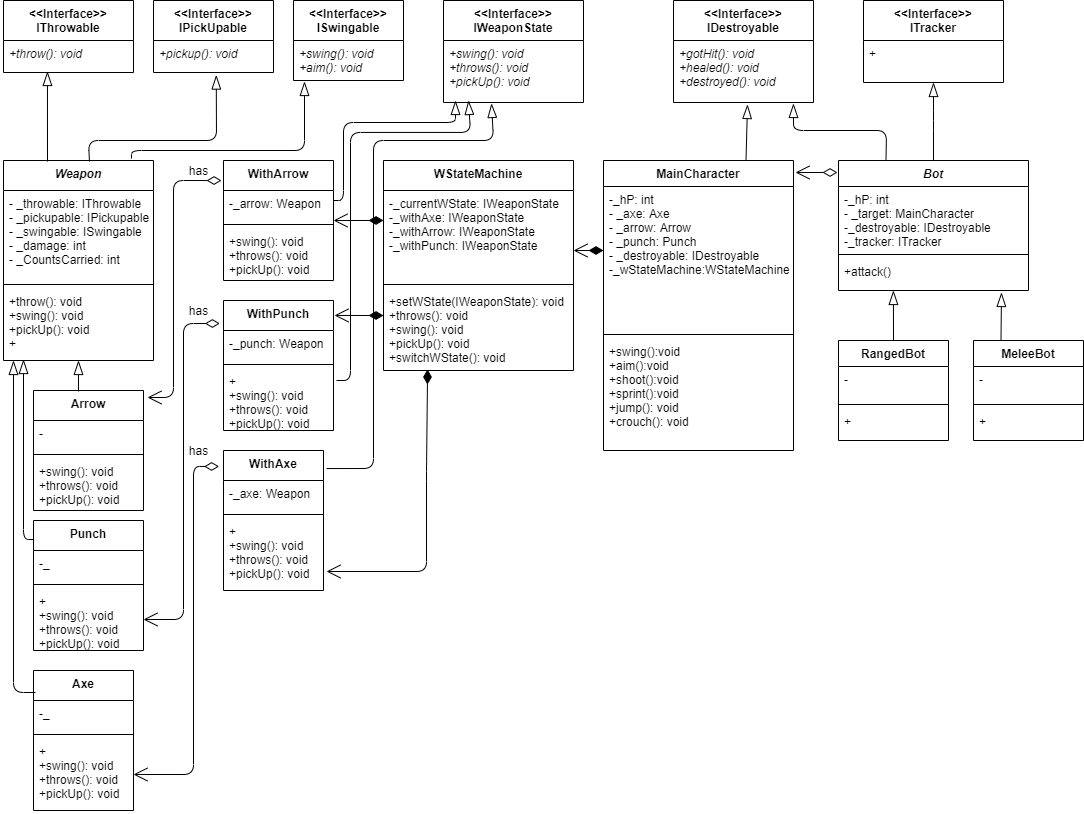
Before: MAN No state machine.png, a diagram exported from draw.io (Benyamin-A/MAN). Source tidied: cells renumbered, new cells last; positions are measured from the earlier drawing's top-left corner, leaving out a move shared by most shapes.
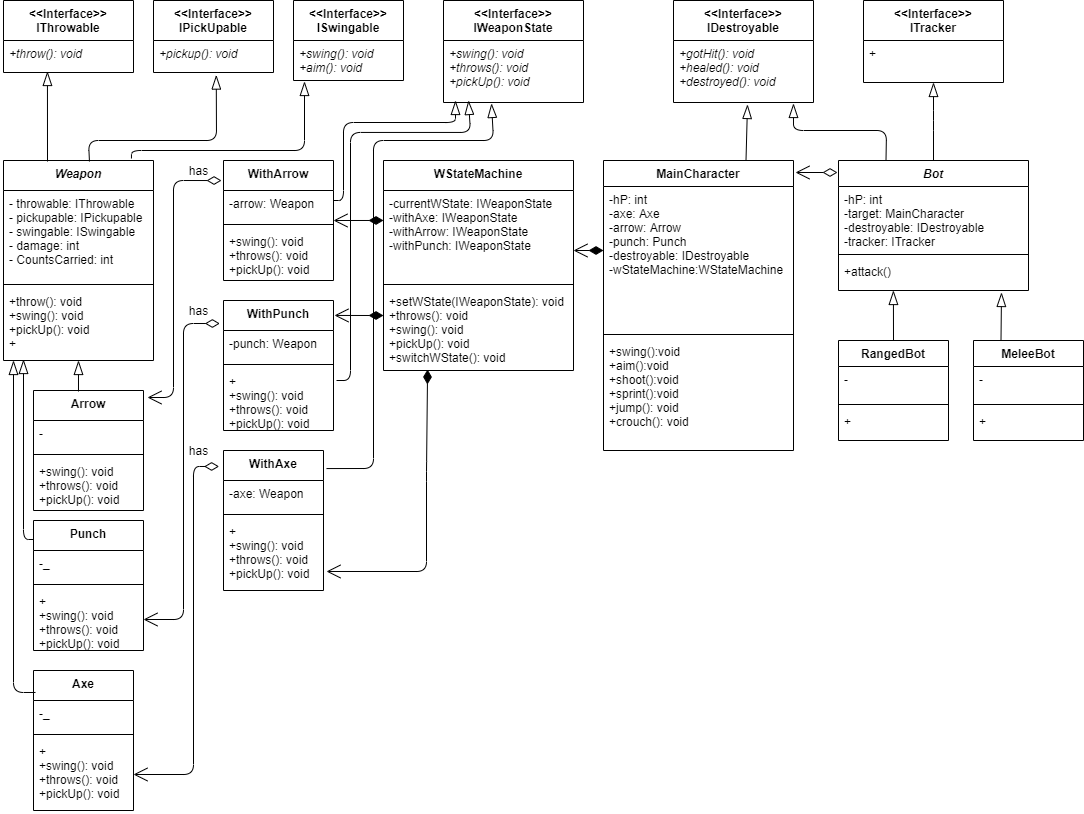
Later version of the same file.

Diff of the diagram source:
```diff
@@ -5,7 +5,7 @@
     <mxCell id="2" value="MainCharacter" style="swimlane;fontStyle=1;align=center;verticalAlign=top;horizontal=1;startSize=26;" parent="1" vertex="1">
       <mxGeometry x="600" y="160" width="190" height="290" as="geometry" />
     </mxCell>
-    <mxCell id="3" value="-_hP: int&#10;- _axe: Axe&#10;- _arrow: Arrow&#10;- _punch: Punch&#10;- _destroyable: IDestroyable&#10;-_wStateMachine:WStateMachine&#10;" style="text;strokeColor=none;fillColor=none;align=left;verticalAlign=top;spacingLeft=4;spacingRight=4;overflow=hidden;" parent="2" vertex="1">
+    <mxCell id="3" value="-hP: int&#10;-axe: Axe&#10;-arrow: Arrow&#10;-punch: Punch&#10;-destroyable: IDestroyable&#10;-wStateMachine:WStateMachine&#10;" style="text;strokeColor=none;fillColor=none;align=left;verticalAlign=top;spacingLeft=4;spacingRight=4;overflow=hidden;" parent="2" vertex="1">
       <mxGeometry y="26" width="190" height="144" as="geometry" />
     </mxCell>
     <mxCell id="4" style="line;strokeWidth=1;fillColor=none;align=left;verticalAlign=middle;spacingTop=-1;spacingLeft=3;spacingRight=3;labelPosition=right;" parent="2" vertex="1">
@@ -35,7 +35,7 @@
     <mxCell id="12" value="Weapon" style="swimlane;fontStyle=3;align=center;verticalAlign=top;horizontal=1;startSize=30;" parent="1" vertex="1">
       <mxGeometry y="160" width="150" height="200" as="geometry" />
     </mxCell>
-    <mxCell id="13" value="- _throwable: IThrowable&#10;- _pickupable: IPickupable&#10;- _swingable: ISwingable&#10;- _damage: int&#10;- _CountsCarried: int" style="text;strokeColor=none;fillColor=none;align=left;verticalAlign=top;spacingLeft=4;spacingRight=4;overflow=hidden;" parent="12" vertex="1">
+    <mxCell id="13" value="- throwable: IThrowable&#10;- pickupable: IPickupable&#10;- swingable: ISwingable&#10;- damage: int&#10;- CountsCarried: int" style="text;strokeColor=none;fillColor=none;align=left;verticalAlign=top;spacingLeft=4;spacingRight=4;overflow=hidden;" parent="12" vertex="1">
       <mxGeometry y="30" width="150" height="90" as="geometry" />
     </mxCell>
     <mxCell id="14" style="line;strokeWidth=1;fillColor=none;align=left;verticalAlign=middle;spacingTop=-1;spacingLeft=3;spacingRight=3;labelPosition=right;" parent="12" vertex="1">
@@ -74,7 +74,7 @@
     <mxCell id="21" value="WithAxe" style="swimlane;fontStyle=1;align=center;verticalAlign=top;horizontal=1;startSize=30;" parent="1" vertex="1">
       <mxGeometry x="220" y="450" width="100" height="140" as="geometry" />
     </mxCell>
-    <mxCell id="22" value="-_axe: Weapon" style="text;strokeColor=none;fillColor=none;align=left;verticalAlign=top;spacingLeft=4;spacingRight=4;overflow=hidden;" parent="21" vertex="1">
+    <mxCell id="22" value="-axe: Weapon" style="text;strokeColor=none;fillColor=none;align=left;verticalAlign=top;spacingLeft=4;spacingRight=4;overflow=hidden;" parent="21" vertex="1">
       <mxGeometry y="30" width="100" height="30" as="geometry" />
     </mxCell>
     <mxCell id="23" style="line;strokeWidth=1;fillColor=none;align=left;verticalAlign=middle;spacingTop=-1;spacingLeft=3;spacingRight=3;labelPosition=right;" parent="21" vertex="1">
@@ -86,7 +86,7 @@
     <mxCell id="25" value="WithArrow" style="swimlane;fontStyle=1;align=center;verticalAlign=top;horizontal=1;startSize=30;" parent="1" vertex="1">
       <mxGeometry x="220" y="160" width="110" height="120" as="geometry" />
     </mxCell>
-    <mxCell id="26" value="-_arrow: Weapon" style="text;strokeColor=none;fillColor=none;align=left;verticalAlign=top;spacingLeft=4;spacingRight=4;overflow=hidden;" parent="25" vertex="1">
+    <mxCell id="26" value="-arrow: Weapon" style="text;strokeColor=none;fillColor=none;align=left;verticalAlign=top;spacingLeft=4;spacingRight=4;overflow=hidden;" parent="25" vertex="1">
       <mxGeometry y="30" width="110" height="30" as="geometry" />
     </mxCell>
     <mxCell id="27" style="line;strokeWidth=1;fillColor=none;align=left;verticalAlign=middle;spacingTop=-1;spacingLeft=3;spacingRight=3;labelPosition=right;" parent="25" vertex="1">
@@ -98,7 +98,7 @@
     <mxCell id="29" value="WithPunch" style="swimlane;fontStyle=1;align=center;verticalAlign=top;horizontal=1;startSize=30;" parent="1" vertex="1">
       <mxGeometry x="220" y="300" width="110" height="130" as="geometry" />
     </mxCell>
-    <mxCell id="30" value="-_punch: Weapon" style="text;strokeColor=none;fillColor=none;align=left;verticalAlign=top;spacingLeft=4;spacingRight=4;overflow=hidden;" parent="29" vertex="1">
+    <mxCell id="30" value="-punch: Weapon" style="text;strokeColor=none;fillColor=none;align=left;verticalAlign=top;spacingLeft=4;spacingRight=4;overflow=hidden;" parent="29" vertex="1">
       <mxGeometry y="30" width="110" height="30" as="geometry" />
     </mxCell>
     <mxCell id="31" style="line;strokeWidth=1;fillColor=none;align=left;verticalAlign=middle;spacingTop=-1;spacingLeft=3;spacingRight=3;labelPosition=right;" parent="29" vertex="1">
@@ -125,7 +125,7 @@
     <mxCell id="36" value="Bot" style="swimlane;fontStyle=3;align=center;verticalAlign=top;horizontal=1;startSize=26;" parent="1" vertex="1">
       <mxGeometry x="835" y="160" width="190" height="130" as="geometry" />
     </mxCell>
-    <mxCell id="37" value="-_hP: int&#10;- _target: MainCharacter &#10;-_destroyable: IDestroyable&#10;-_tracker: ITracker&#10;-_" style="text;strokeColor=none;fillColor=none;align=left;verticalAlign=top;spacingLeft=4;spacingRight=4;overflow=hidden;" parent="36" vertex="1">
+    <mxCell id="37" value="-hP: int&#10;-target: MainCharacter &#10;-destroyable: IDestroyable&#10;-tracker: ITracker&#10;-_" style="text;strokeColor=none;fillColor=none;align=left;verticalAlign=top;spacingLeft=4;spacingRight=4;overflow=hidden;" parent="36" vertex="1">
       <mxGeometry y="26" width="190" height="64" as="geometry" />
     </mxCell>
     <mxCell id="38" style="line;strokeWidth=1;fillColor=none;align=left;verticalAlign=middle;spacingTop=-1;spacingLeft=3;spacingRight=3;labelPosition=right;" parent="36" vertex="1">
@@ -212,7 +212,7 @@
     <mxCell id="58" value="WStateMachine" style="swimlane;fontStyle=1;align=center;verticalAlign=top;horizontal=1;startSize=30;" parent="1" vertex="1">
       <mxGeometry x="380" y="160" width="190" height="210" as="geometry" />
     </mxCell>
-    <mxCell id="59" value="-_currentWState: IWeaponState&#10;-_withAxe: IWeaponState&#10;-_withArrow: IWeaponState&#10;-_withPunch: IWeaponState" style="text;strokeColor=none;fillColor=none;align=left;verticalAlign=top;spacingLeft=4;spacingRight=4;overflow=hidden;points=[[0,0.5],[1,0.5]];portConstraint=eastwest;" parent="58" vertex="1">
+    <mxCell id="59" value="-currentWState: IWeaponState&#10;-withAxe: IWeaponState&#10;-withArrow: IWeaponState&#10;-withPunch: IWeaponState" style="text;strokeColor=none;fillColor=none;align=left;verticalAlign=top;spacingLeft=4;spacingRight=4;overflow=hidden;points=[[0,0.5],[1,0.5]];portConstraint=eastwest;" parent="58" vertex="1">
       <mxGeometry y="30" width="190" height="90" as="geometry" />
     </mxCell>
     <mxCell id="60" style="endArrow=open;endFill=1;endSize=12;html=1;fontColor=#FFFFFF;startArrow=diamondThin;startFill=1;exitX=0;exitY=0.333;exitDx=0;exitDy=0;exitPerimeter=0;startSize=12;" parent="58" edge="1">
```
